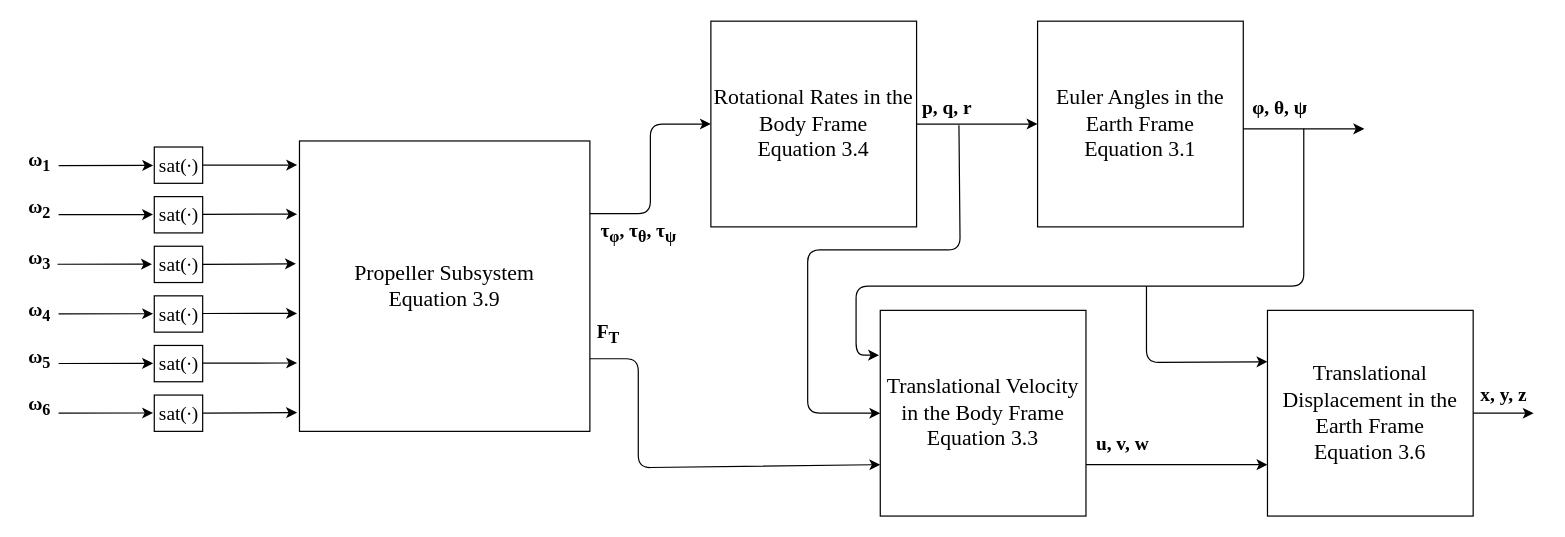
This is Diagram files/ModelBlockDiagram.drawio from LachlanDrake/HonoursThesis, a draw.io file, before an edit. Source tidied: cells renumbered, new cells numbered last; positions are measured from the earlier drawing's top-left corner, leaving out a move shared by most shapes. Both pictures are drawn from the tidied source at 121%, with x=0, y=0 at pixel (21, 21).
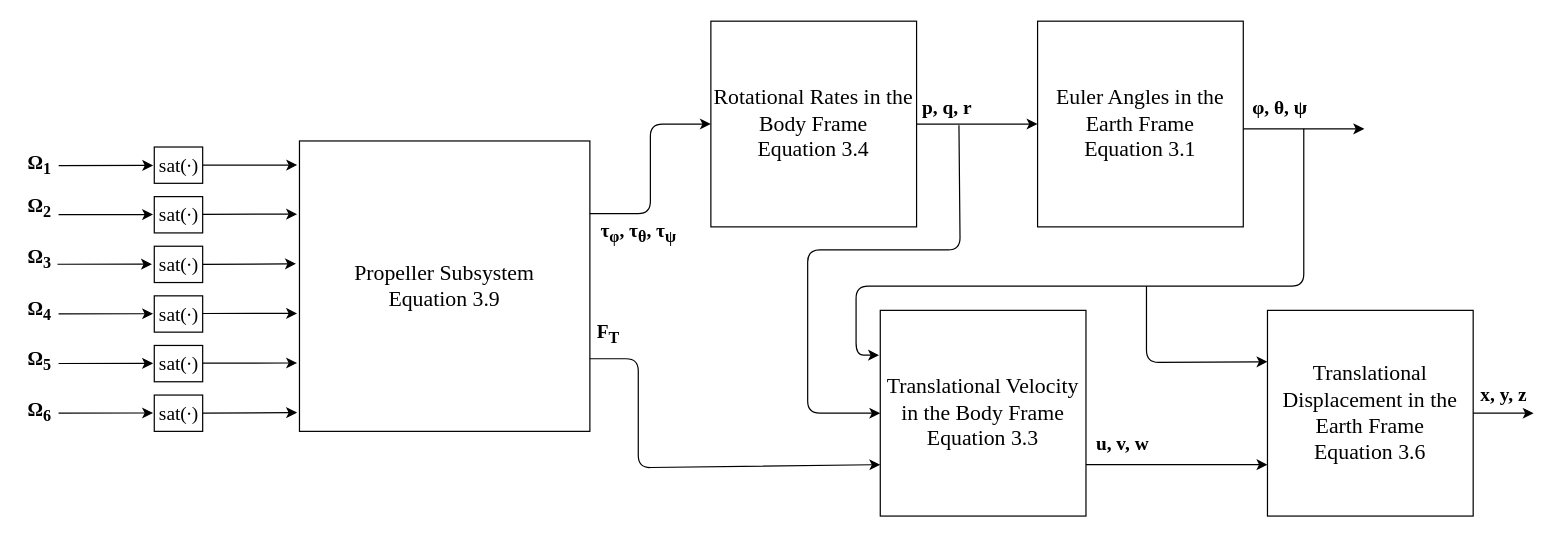
Above is the later version.

The edit, as a diff of the source:
```diff
@@
-    <mxCell id="46" value="&lt;p class=&quot;MsoNormal&quot; style=&quot;font-size: 16px&quot;&gt;&lt;font face=&quot;Times New Roman&quot; style=&quot;font-size: 16px&quot;&gt;&lt;b&gt;ω&lt;sub&gt;1&lt;/sub&gt;&lt;/b&gt;&lt;/font&gt;&lt;/p&gt;&lt;b style=&quot;font-size: 16px ; font-family: &amp;#34;times new roman&amp;#34;&quot;&gt;ω&lt;sub&gt;2&lt;/sub&gt;&lt;/b&gt;&lt;font face=&quot;Times New Roman&quot; style=&quot;font-size: 16px&quot;&gt;&lt;b&gt;&lt;br&gt;&lt;/b&gt;&lt;/font&gt;&lt;font face=&quot;Times New Roman&quot; style=&quot;font-size: 16px&quot;&gt;&lt;b&gt;&lt;br&gt;&lt;/b&gt;&lt;/font&gt;&lt;b style=&quot;font-size: 16px ; font-family: &amp;#34;times new roman&amp;#34;&quot;&gt;ω&lt;sub&gt;3&lt;/sub&gt;&lt;/b&gt;&lt;font face=&quot;Times New Roman&quot; style=&quot;font-size: 16px&quot;&gt;&lt;b&gt;&lt;br&gt;&lt;/b&gt;&lt;/font&gt;&lt;font face=&quot;Times New Roman&quot; style=&quot;font-size: 16px&quot;&gt;&lt;b&gt;&lt;br&gt;&lt;/b&gt;&lt;/font&gt;&lt;b style=&quot;font-size: 16px ; font-family: &amp;#34;times new roman&amp;#34;&quot;&gt;ω&lt;sub&gt;4&lt;/sub&gt;&lt;/b&gt;&lt;font face=&quot;Times New Roman&quot; style=&quot;font-size: 16px&quot;&gt;&lt;b&gt;&lt;br&gt;&lt;/b&gt;&lt;/font&gt;&lt;p class=&quot;MsoNormal&quot; style=&quot;font-size: 16px&quot;&gt;&lt;font face=&quot;Times New Roman&quot; style=&quot;font-size: 16px&quot;&gt;&lt;b&gt;ω&lt;sub&gt;5&lt;/sub&gt;&lt;/b&gt;&lt;/font&gt;&lt;/p&gt;&lt;b style=&quot;font-size: 16px ; font-family: &amp;#34;times new roman&amp;#34;&quot;&gt;ω&lt;sub&gt;6&lt;/sub&gt;&lt;/b&gt;&lt;font face=&quot;Times New Roman&quot; style=&quot;font-size: 16px&quot;&gt;&lt;b&gt;&lt;br&gt;&lt;/b&gt;&lt;/font&gt;" style="text;html=1;align=center;verticalAlign=middle;strokeColor=none;fillColor=none;" parent="1" vertex="1">
-      <mxGeometry y="104" width="30" height="210" as="geometry" />
+    <mxCell id="46" value="&lt;p class=&quot;MsoNormal&quot;&gt;&lt;/p&gt;&lt;p class=&quot;MsoNormal&quot;&gt;&lt;span&gt;&lt;font face=&quot;Times New Roman&quot; style=&quot;font-size: 16px&quot;&gt;&lt;b&gt;Ω&lt;/b&gt;&lt;/font&gt;&lt;/span&gt;&lt;font face=&quot;Times New Roman&quot; style=&quot;font-size: 16px&quot;&gt;&lt;b&gt;&lt;sub&gt;1&lt;/sub&gt;&lt;/b&gt;&lt;/font&gt;&lt;/p&gt;&lt;b style=&quot;font-family: &amp;#34;times new roman&amp;#34; ; font-size: 16px&quot;&gt;Ω&lt;/b&gt;&lt;b style=&quot;font-size: 16px ; font-family: &amp;#34;times new roman&amp;#34;&quot;&gt;&lt;sub&gt;2&lt;/sub&gt;&lt;/b&gt;&lt;font face=&quot;Times New Roman&quot; style=&quot;font-size: 16px&quot;&gt;&lt;b&gt;&lt;br&gt;&lt;/b&gt;&lt;/font&gt;&lt;font face=&quot;Times New Roman&quot; style=&quot;font-size: 16px&quot;&gt;&lt;b&gt;&lt;br&gt;&lt;/b&gt;&lt;/font&gt;&lt;b style=&quot;font-family: &amp;#34;times new roman&amp;#34; ; font-size: 16px&quot;&gt;Ω&lt;/b&gt;&lt;b style=&quot;font-size: 16px ; font-family: &amp;#34;times new roman&amp;#34;&quot;&gt;&lt;sub&gt;3&lt;/sub&gt;&lt;/b&gt;&lt;font face=&quot;Times New Roman&quot; style=&quot;font-size: 16px&quot;&gt;&lt;b&gt;&lt;br&gt;&lt;/b&gt;&lt;/font&gt;&lt;font face=&quot;Times New Roman&quot; style=&quot;font-size: 16px&quot;&gt;&lt;b&gt;&lt;br&gt;&lt;/b&gt;&lt;/font&gt;&lt;b style=&quot;font-family: &amp;#34;times new roman&amp;#34; ; font-size: 16px&quot;&gt;Ω&lt;/b&gt;&lt;b style=&quot;font-size: 16px ; font-family: &amp;#34;times new roman&amp;#34;&quot;&gt;&lt;sub&gt;4&lt;br&gt;&lt;/sub&gt;&lt;/b&gt;&lt;font face=&quot;Times New Roman&quot; style=&quot;font-size: 16px&quot;&gt;&lt;b&gt;&lt;br&gt;&lt;/b&gt;&lt;/font&gt;&lt;b style=&quot;font-family: &amp;#34;times new roman&amp;#34; ; font-size: 16px&quot;&gt;Ω&lt;/b&gt;&lt;b style=&quot;font-size: 16px ; font-family: &amp;#34;times new roman&amp;#34;&quot;&gt;&lt;sub&gt;5&lt;br&gt;&lt;/sub&gt;&lt;/b&gt;&lt;b style=&quot;font-family: &amp;#34;times new roman&amp;#34; ; font-size: 16px&quot;&gt;&lt;br&gt;&lt;/b&gt;&lt;b style=&quot;font-family: &amp;#34;times new roman&amp;#34; ; font-size: 16px&quot;&gt;Ω&lt;/b&gt;&lt;b style=&quot;font-size: 16px ; font-family: &amp;#34;times new roman&amp;#34;&quot;&gt;&lt;sub&gt;6&lt;/sub&gt;&lt;/b&gt;&lt;font face=&quot;Times New Roman&quot; style=&quot;font-size: 16px&quot;&gt;&lt;b&gt;&lt;br&gt;&lt;/b&gt;&lt;/font&gt;" style="text;html=1;align=center;verticalAlign=middle;strokeColor=none;fillColor=none;" parent="1" vertex="1">
+      <mxGeometry y="115" width="30" height="200" as="geometry" />
     </mxCell>
```
